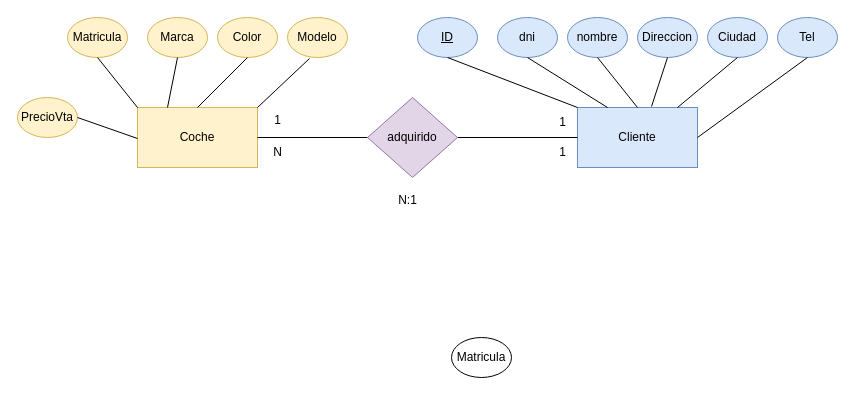
Before: coches.drawio in jesicaacosta/PracticasAutocadMedios1, a draw.io diagram. Source tidied: cells renumbered, new cells numbered last; positions are measured from the earlier drawing's top-left corner, leaving out a move shared by most shapes. Both pictures are drawn from the tidied source at 100%, with x=0, y=0 at pixel (17, 17).
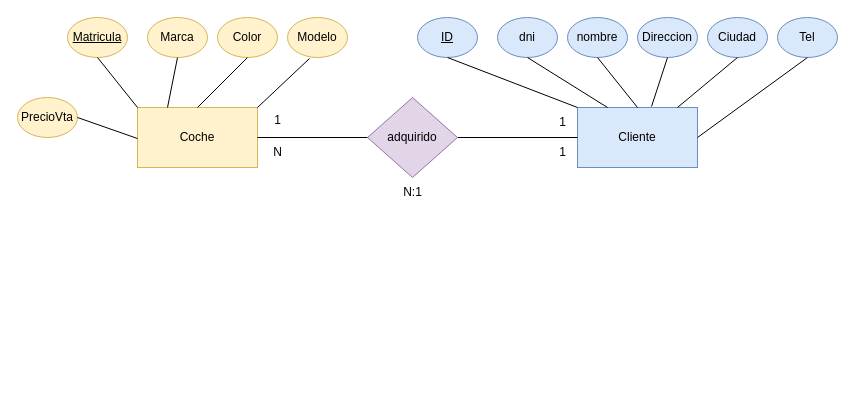
Above is the later version.

What changed in the source:
```diff
@@
-    <mxCell id="7" value="Matricula" style="ellipse;whiteSpace=wrap;html=1;fillColor=#fff2cc;strokeColor=#d6b656;" parent="1" vertex="1">
+    <mxCell id="7" value="&lt;u&gt;Matricula&lt;/u&gt;" style="ellipse;whiteSpace=wrap;html=1;fillColor=#fff2cc;strokeColor=#d6b656;" parent="1" vertex="1">
       <mxGeometry x="50" width="60" height="40" as="geometry" />
     </mxCell>
@@
-    <mxCell id="9" value="Matricula" style="ellipse;whiteSpace=wrap;html=1;" parent="1" vertex="1">
-      <mxGeometry x="434" y="320" width="60" height="40" as="geometry" />
-    </mxCell>
@@
     <mxCell id="34" value="N:1" style="text;html=1;align=center;verticalAlign=middle;strokeColor=none;fillColor=none;" parent="1" vertex="1">
-      <mxGeometry x="370" y="168" width="40" height="30" as="geometry" />
+      <mxGeometry x="375" y="160" width="40" height="30" as="geometry" />
     </mxCell>
```
